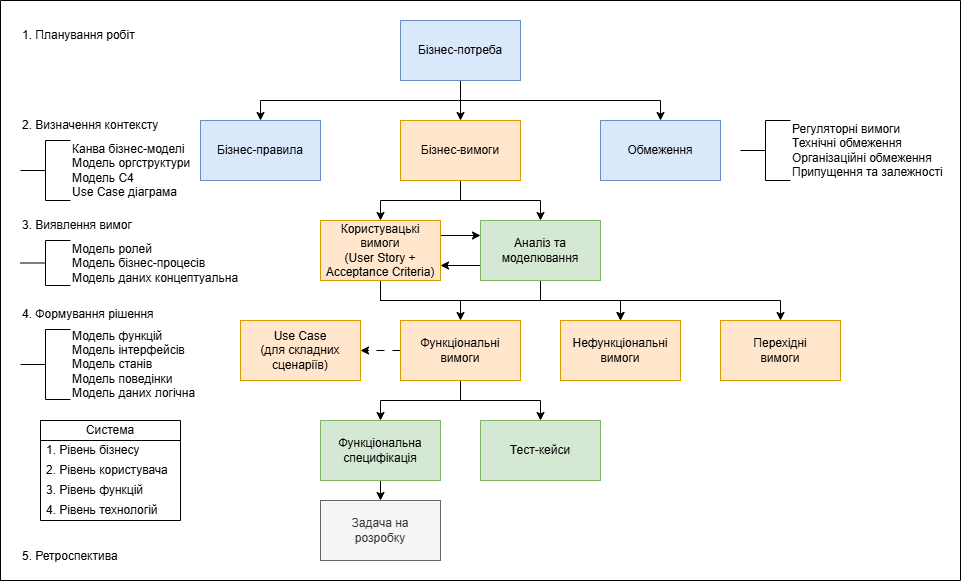
This is src/img/concept-lifeCycle.png from babok4me/info, a draw.io export, as it was before one commit. Source tidied: cells renumbered, new cells last; positions are measured from the earlier drawing's top-left corner, leaving out a move shared by most shapes.
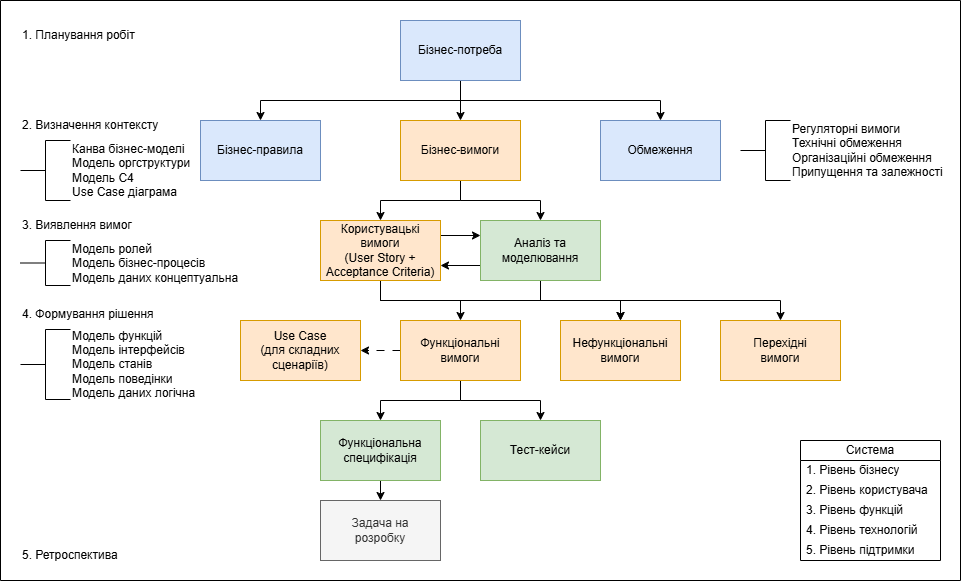
After the change.

Commit message:
change page concept

The edit, as a diff of the source:
```diff
@@ -99,7 +99,7 @@
       <mxGeometry x="20" y="299" width="160" height="30" as="geometry" />
     </mxCell>
     <mxCell id="34" value="5. Ретроспектива" style="text;html=1;whiteSpace=wrap;strokeColor=none;fillColor=none;align=left;verticalAlign=middle;rounded=0;" parent="29" vertex="1">
-      <mxGeometry x="20" y="541" width="160" height="30" as="geometry" />
+      <mxGeometry x="20" y="540" width="160" height="30" as="geometry" />
     </mxCell>
     <mxCell id="35" value="Перехідні&lt;div&gt;вимоги&lt;/div&gt;" style="rounded=0;whiteSpace=wrap;html=1;fillColor=#ffe6cc;strokeColor=#d79b00;" parent="29" vertex="1">
       <mxGeometry x="720" y="320" width="120" height="60" as="geometry" />
@@ -117,7 +117,7 @@
       <mxGeometry x="20" y="140" width="50" height="60" as="geometry" />
     </mxCell>
     <mxCell id="40" value="Система" style="swimlane;fontStyle=0;horizontal=1;startSize=20;whiteSpace=wrap;html=1;" parent="29" vertex="1">
-      <mxGeometry x="40" y="420" width="140" height="100" as="geometry" />
+      <mxGeometry x="800" y="440" width="140" height="120" as="geometry" />
     </mxCell>
     <mxCell id="41" value="1. Рівень бізнесу" style="text;strokeColor=none;fillColor=none;align=left;verticalAlign=middle;spacingLeft=4;spacingRight=4;overflow=hidden;whiteSpace=wrap;html=1;" parent="40" vertex="1">
       <mxGeometry y="20" width="140" height="20" as="geometry" />
@@ -131,5 +131,8 @@
     <mxCell id="44" value="4. Рівень технологій" style="text;strokeColor=none;fillColor=none;align=left;verticalAlign=middle;spacingLeft=4;spacingRight=4;overflow=hidden;whiteSpace=wrap;html=1;" parent="40" vertex="1">
       <mxGeometry y="80" width="140" height="20" as="geometry" />
     </mxCell>
+    <mxCell id="45" value="5. Рівень підтримки" style="text;strokeColor=none;fillColor=none;align=left;verticalAlign=middle;spacingLeft=4;spacingRight=4;overflow=hidden;whiteSpace=wrap;html=1;" parent="40" vertex="1">
+      <mxGeometry y="100" width="140" height="20" as="geometry" />
+    </mxCell>
   </root>
 </mxGraphModel>
```
